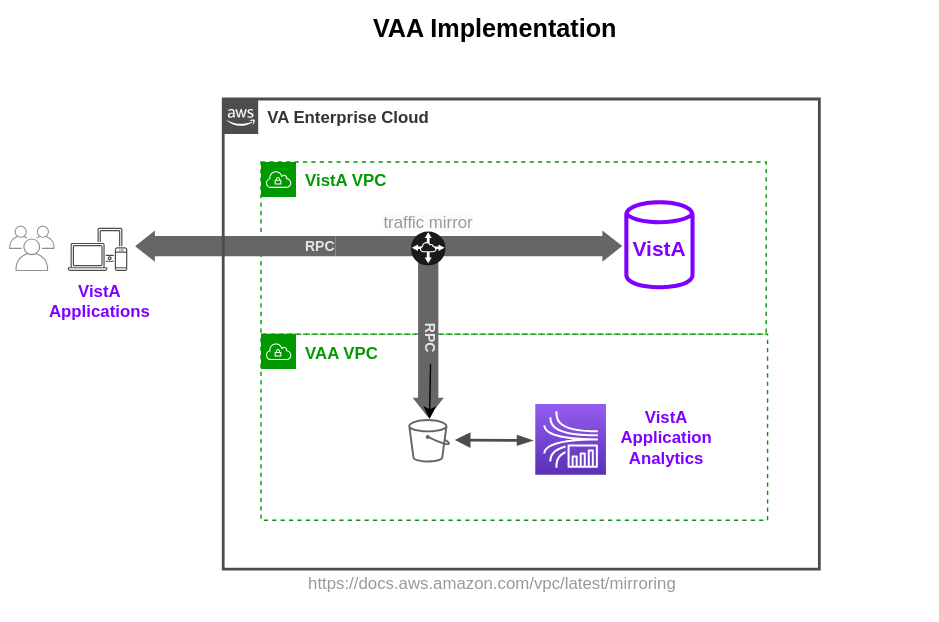
The draw.io diagram img/vam.svg in cloudvista/vaa, before a commit. Source tidied: cells renumbered, new cells last; positions are measured from the earlier drawing's top-left corner, leaving out a move shared by most shapes.
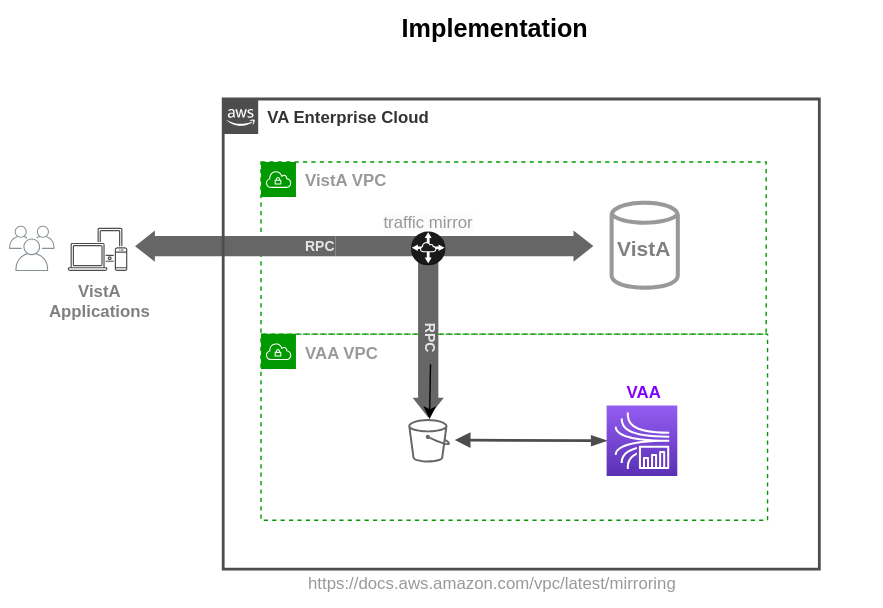
Later version of the same file.

Change to the diagram source:
```diff
@@ -3,12 +3,12 @@
     <mxCell id="0" />
     <mxCell id="1" parent="0" />
     <mxCell id="2" style="rounded=1;whiteSpace=wrap;html=1;strokeColor=none;" parent="1" vertex="1">
-      <mxGeometry y="3" width="670" height="440" as="geometry" />
+      <mxGeometry y="3" width="630" height="430" as="geometry" />
     </mxCell>
-    <mxCell id="3" value="&lt;b&gt;&lt;font color=&quot;#009900&quot;&gt;VAA VPC&lt;/font&gt;&lt;/b&gt;" style="gradientColor=none;html=1;whiteSpace=wrap;fontSize=12;fontStyle=0;shape=mxgraph.aws4.group;grIcon=mxgraph.aws4.group_vpc;strokeColor=#009900;fillColor=none;verticalAlign=top;align=left;spacingLeft=30;fontColor=#4D4D4D;dashed=1;strokeWidth=1;" parent="1" vertex="1">
+    <mxCell id="3" value="&lt;b&gt;&lt;font color=&quot;#999999&quot;&gt;VAA VPC&lt;/font&gt;&lt;/b&gt;" style="gradientColor=none;html=1;whiteSpace=wrap;fontSize=12;fontStyle=0;shape=mxgraph.aws4.group;grIcon=mxgraph.aws4.group_vpc;strokeColor=#009900;fillColor=none;verticalAlign=top;align=left;spacingLeft=30;fontColor=#4D4D4D;dashed=1;strokeWidth=1;" parent="1" vertex="1">
       <mxGeometry x="186" y="238" width="362" height="133" as="geometry" />
     </mxCell>
-    <mxCell id="4" value="&lt;b style=&quot;&quot;&gt;&lt;font color=&quot;#009900&quot;&gt;VistA VPC&lt;/font&gt;&lt;/b&gt;" style="gradientColor=none;html=1;whiteSpace=wrap;fontSize=12;fontStyle=0;shape=mxgraph.aws4.group;grIcon=mxgraph.aws4.group_vpc;strokeColor=#009900;fillColor=none;verticalAlign=top;align=left;spacingLeft=30;fontColor=#AAB7B8;dashed=1;strokeWidth=1;" parent="1" vertex="1">
+    <mxCell id="4" value="&lt;b style=&quot;&quot;&gt;&lt;font color=&quot;#999999&quot;&gt;VistA VPC&lt;/font&gt;&lt;/b&gt;" style="gradientColor=none;html=1;whiteSpace=wrap;fontSize=12;fontStyle=0;shape=mxgraph.aws4.group;grIcon=mxgraph.aws4.group_vpc;strokeColor=#009900;fillColor=none;verticalAlign=top;align=left;spacingLeft=30;fontColor=#AAB7B8;dashed=1;strokeWidth=1;" parent="1" vertex="1">
       <mxGeometry x="186" y="115" width="361" height="123" as="geometry" />
     </mxCell>
     <mxCell id="5" style="html=1;shadow=0;dashed=0;align=center;verticalAlign=middle;shape=mxgraph.arrows2.arrow;dy=0.35;dx=14.19;direction=west;notch=0;strokeColor=none;strokeWidth=1;fontSize=12;fontColor=#808080;fillColor=#666666;flipV=1;" parent="1" vertex="1">
@@ -20,7 +20,7 @@
     <mxCell id="7" value="https://docs.aws.amazon.com/vpc/latest/mirroring" style="text;html=1;align=center;verticalAlign=middle;strokeColor=none;fillColor=none;fontColor=#999999;" parent="1" vertex="1">
       <mxGeometry x="210" y="404" width="281" height="26" as="geometry" />
     </mxCell>
-    <mxCell id="8" value="&lt;font color=&quot;#7f00ff&quot;&gt;&lt;b&gt;VistA Applications&lt;/b&gt;&lt;/font&gt;" style="text;whiteSpace=wrap;html=1;fontColor=#999999;align=center;" parent="1" vertex="1">
+    <mxCell id="8" value="&lt;b style=&quot;&quot;&gt;&lt;font color=&quot;#808080&quot;&gt;VistA Applications&lt;/font&gt;&lt;/b&gt;" style="text;whiteSpace=wrap;html=1;fontColor=#999999;align=center;" parent="1" vertex="1">
       <mxGeometry x="40" y="194" width="62" height="45" as="geometry" />
     </mxCell>
     <mxCell id="9" style="sketch=0;gradientColor=none;fontColor=#545B64;strokeColor=none;fillColor=#879196;dashed=0;verticalLabelPosition=bottom;verticalAlign=top;align=center;html=1;fontSize=12;fontStyle=0;shape=mxgraph.aws4.illustration_users;" parent="1" vertex="1">
@@ -38,14 +38,13 @@
     <mxCell id="13" style="sketch=0;outlineConnect=0;fontColor=#232F3E;gradientColor=none;fillColor=#666666;strokeColor=#7F00FF;dashed=0;verticalLabelPosition=bottom;verticalAlign=top;align=center;html=1;fontSize=12;fontStyle=0;shape=mxgraph.aws4.bucket;" parent="1" vertex="1">
       <mxGeometry x="291.3" y="298.8" width="29.8" height="31" as="geometry" />
     </mxCell>
-    <mxCell id="14" style="edgeStyle=none;html=1;strokeWidth=2;fontSize=17;fontColor=#7F00FF;startArrow=blockThin;startFill=1;endArrow=block;endFill=1;strokeColor=#4D4D4D;" parent="1" edge="1">
+    <mxCell id="14" style="edgeStyle=none;html=1;strokeWidth=2;fontSize=17;fontColor=#7F00FF;startArrow=blockThin;startFill=1;endArrow=block;endFill=1;strokeColor=#4D4D4D;exitX=0;exitY=0.5;exitDx=0;exitDy=0;exitPerimeter=0;" parent="1" edge="1" source="21">
       <mxGeometry relative="1" as="geometry">
-        <mxPoint x="380" y="314" as="sourcePoint" />
         <mxPoint x="324.5" y="313.8" as="targetPoint" />
       </mxGeometry>
     </mxCell>
     <mxCell id="15" style="html=1;shadow=0;dashed=0;align=center;verticalAlign=middle;shape=mxgraph.arrows2.arrow;dy=0.35;dx=14.19;direction=west;notch=0;strokeColor=none;strokeWidth=1;fontSize=12;fontColor=#808080;fillColor=#666666;flipV=1;rotation=-180;" parent="1" vertex="1">
-      <mxGeometry x="239.4" y="164" width="204.8" height="22.3" as="geometry" />
+      <mxGeometry x="239.4" y="164" width="184.1" height="22.3" as="geometry" />
     </mxCell>
     <mxCell id="16" style="html=1;shadow=0;dashed=0;align=center;verticalAlign=middle;shape=mxgraph.arrows2.arrow;dy=0.35;dx=14.19;direction=west;notch=0;strokeColor=none;strokeWidth=1;fontSize=12;fontColor=#808080;fillColor=#666666;flipV=1;rotation=-90;" parent="1" vertex="1">
       <mxGeometry x="246.8" y="227.8" width="117.4" height="22.3" as="geometry" />
@@ -59,20 +58,20 @@
     <mxCell id="19" value="&lt;b&gt;&lt;font style=&quot;font-size: 10px;&quot; color=&quot;#e6e6e6&quot;&gt;RPC&lt;/font&gt;&lt;/b&gt;" style="text;html=1;align=center;verticalAlign=middle;points=[];strokeColor=none;fillColor=none;fontSize=12;fontColor=#009900;rotation=90;" parent="1" vertex="1">
       <mxGeometry x="288" y="227" width="39" height="26" as="geometry" />
     </mxCell>
-    <mxCell id="20" value="&lt;span style=&quot;font-size: 18px;&quot;&gt;&lt;b&gt;VAA Implementation&lt;/b&gt;&lt;/span&gt;" style="text;html=1;align=center;verticalAlign=middle;strokeColor=none;fillColor=none;" parent="1" vertex="1">
-      <mxGeometry x="253" width="200" height="40" as="geometry" />
+    <mxCell id="20" value="&lt;span style=&quot;font-size: 18px;&quot;&gt;&lt;b&gt;Implementation&lt;/b&gt;&lt;/span&gt;" style="text;html=1;align=center;verticalAlign=middle;strokeColor=none;fillColor=none;" parent="1" vertex="1">
+      <mxGeometry x="273" width="160" height="40" as="geometry" />
     </mxCell>
     <mxCell id="21" style="sketch=0;points=[[0,0,0],[0.25,0,0],[0.5,0,0],[0.75,0,0],[1,0,0],[0,1,0],[0.25,1,0],[0.5,1,0],[0.75,1,0],[1,1,0],[0,0.25,0],[0,0.5,0],[0,0.75,0],[1,0.25,0],[1,0.5,0],[1,0.75,0]];outlineConnect=0;fontColor=#232F3E;gradientColor=#945DF2;gradientDirection=north;fillColor=#5A30B5;strokeColor=#ffffff;dashed=0;verticalLabelPosition=bottom;verticalAlign=top;align=center;html=1;fontSize=12;fontStyle=0;shape=mxgraph.aws4.resourceIcon;resIcon=mxgraph.aws4.kinesis_data_analytics;" parent="1" vertex="1">
-      <mxGeometry x="382" y="288" width="50.5" height="50.5" as="geometry" />
+      <mxGeometry x="433" y="289" width="50.5" height="50.5" as="geometry" />
     </mxCell>
-    <mxCell id="22" value="&lt;font color=&quot;#7f00ff&quot;&gt;&lt;b&gt;VistA &lt;br&gt;Application&lt;br&gt;Analytics&lt;/b&gt;&lt;/font&gt;" style="text;whiteSpace=wrap;html=1;fontColor=#999999;align=center;" parent="1" vertex="1">
-      <mxGeometry x="429.2" y="284" width="93.5" height="60" as="geometry" />
+    <mxCell id="22" value="&lt;font color=&quot;#7f00ff&quot;&gt;&lt;b&gt;VAA&lt;br&gt;&lt;/b&gt;&lt;/font&gt;" style="text;whiteSpace=wrap;html=1;fontColor=#999999;align=center;" parent="1" vertex="1">
+      <mxGeometry x="413.5" y="265.8" width="93.5" height="23.2" as="geometry" />
     </mxCell>
-    <mxCell id="23" style="sketch=0;fontColor=#232F3E;gradientColor=none;fillColor=#7F00FF;strokeColor=#7F00FF;dashed=0;verticalLabelPosition=bottom;verticalAlign=top;align=center;html=1;fontSize=12;fontStyle=0;shape=mxgraph.aws4.generic_database;" parent="1" vertex="1">
-      <mxGeometry x="445.6" y="141" width="50.2" height="66.4" as="geometry" />
+    <mxCell id="23" style="sketch=0;fontColor=#232F3E;gradientColor=none;fillColor=#999999;strokeColor=#7F00FF;dashed=0;verticalLabelPosition=bottom;verticalAlign=top;align=center;html=1;fontSize=12;fontStyle=0;shape=mxgraph.aws4.generic_database;" parent="1" vertex="1">
+      <mxGeometry x="435.1" y="141.3" width="50.2" height="66.4" as="geometry" />
     </mxCell>
-    <mxCell id="24" value="&lt;font color=&quot;#7f00ff&quot;&gt;&lt;b&gt;&lt;font style=&quot;font-size: 15px;&quot;&gt;VistA&lt;/font&gt;&lt;br&gt;&lt;/b&gt;&lt;/font&gt;" style="text;whiteSpace=wrap;html=1;fontColor=#999999;align=center;" parent="1" vertex="1">
-      <mxGeometry x="437.1" y="162" width="67.8" height="30" as="geometry" />
+    <mxCell id="24" value="&lt;b style=&quot;&quot;&gt;&lt;font color=&quot;#808080&quot; style=&quot;font-size: 15px;&quot;&gt;VistA&lt;/font&gt;&lt;br&gt;&lt;/b&gt;" style="text;whiteSpace=wrap;html=1;fontColor=#999999;align=center;" parent="1" vertex="1">
+      <mxGeometry x="426.4" y="162" width="67.8" height="30" as="geometry" />
     </mxCell>
   </root>
 </mxGraphModel>
```
